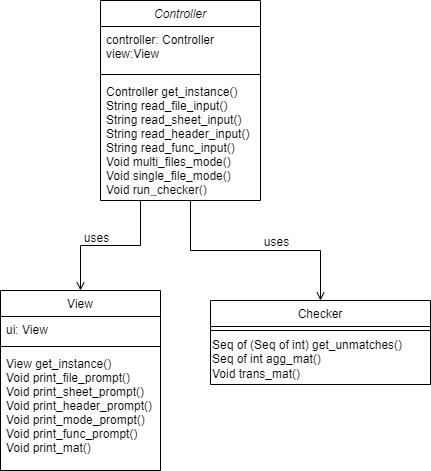
Before: Documentation/UML_AutoChecker.png, a diagram exported from draw.io (R-Fan9/Verification-Automation). Source tidied: cells renumbered, new cells last; positions are measured from the earlier drawing's top-left corner, leaving out a move shared by most shapes.
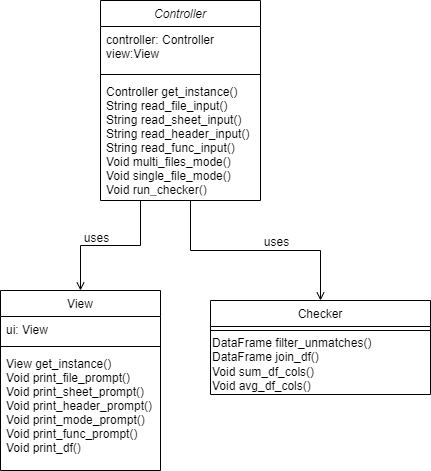
After the change.

Commit message:
modified documentation for Checker, View and Controller

What changed in the source:
```diff
@@ -23,17 +23,17 @@
     <mxCell id="8" style="line;html=1;strokeWidth=1;align=left;verticalAlign=middle;spacingTop=-1;spacingLeft=3;spacingRight=3;labelPosition=right;" parent="6" vertex="1">
       <mxGeometry y="52" width="160" height="8" as="geometry" />
     </mxCell>
-    <mxCell id="9" value="View get_instance()&#10;Void print_file_prompt()&#10;Void print_sheet_prompt()&#10;Void print_header_prompt()&#10;Void print_mode_prompt()&#10;Void print_func_prompt()&#10;Void print_mat()" style="text;align=left;verticalAlign=top;spacingLeft=4;spacingRight=4;overflow=hidden;" parent="6" vertex="1">
+    <mxCell id="9" value="View get_instance()&#10;Void print_file_prompt()&#10;Void print_sheet_prompt()&#10;Void print_header_prompt()&#10;Void print_mode_prompt()&#10;Void print_func_prompt()&#10;Void print_df()" style="text;align=left;verticalAlign=top;spacingLeft=4;spacingRight=4;overflow=hidden;" parent="6" vertex="1">
       <mxGeometry y="60" width="160" height="110" as="geometry" />
     </mxCell>
     <mxCell id="10" value="Checker" style="swimlane;fontStyle=0;align=center;verticalAlign=top;horizontal=1;startSize=26;rounded=0;shadow=0;strokeWidth=1;" parent="1" vertex="1">
-      <mxGeometry x="210" y="300" width="220" height="84" as="geometry" />
+      <mxGeometry x="210" y="300" width="220" height="94" as="geometry" />
     </mxCell>
     <mxCell id="11" style="line;html=1;strokeWidth=1;align=left;verticalAlign=middle;spacingTop=-1;spacingLeft=3;spacingRight=3;labelPosition=right;" parent="10" vertex="1">
       <mxGeometry y="26" width="220" height="8" as="geometry" />
     </mxCell>
-    <mxCell id="12" value="Seq of (Seq of int) get_unmatches()&lt;br&gt;&lt;div&gt;Seq of int agg_mat()&lt;/div&gt;&lt;div&gt;Void trans_mat()&lt;/div&gt;" style="text;html=1;align=left;verticalAlign=middle;strokeColor=none;fillColor=none;" parent="10" vertex="1">
-      <mxGeometry y="34" width="220" height="50" as="geometry" />
+    <mxCell id="12" value="DataFrame filter_unmatches()&lt;br&gt;&lt;div&gt;DataFrame join_df()&lt;/div&gt;&lt;div&gt;Void sum_df_cols()&lt;/div&gt;&lt;div&gt;Void avg_df_cols()&lt;/div&gt;" style="text;html=1;align=left;verticalAlign=middle;strokeColor=none;fillColor=none;" parent="10" vertex="1">
+      <mxGeometry y="34" width="220" height="60" as="geometry" />
     </mxCell>
     <mxCell id="13" style="endArrow=open;shadow=0;strokeWidth=1;rounded=0;endFill=1;edgeStyle=elbowEdgeStyle;elbow=vertical;entryX=0.5;entryY=0;entryDx=0;entryDy=0;exitX=0.25;exitY=1;exitDx=0;exitDy=0;" parent="1" edge="1" source="2" target="6">
       <mxGeometry x="0.5" y="41" relative="1" as="geometry">
```
